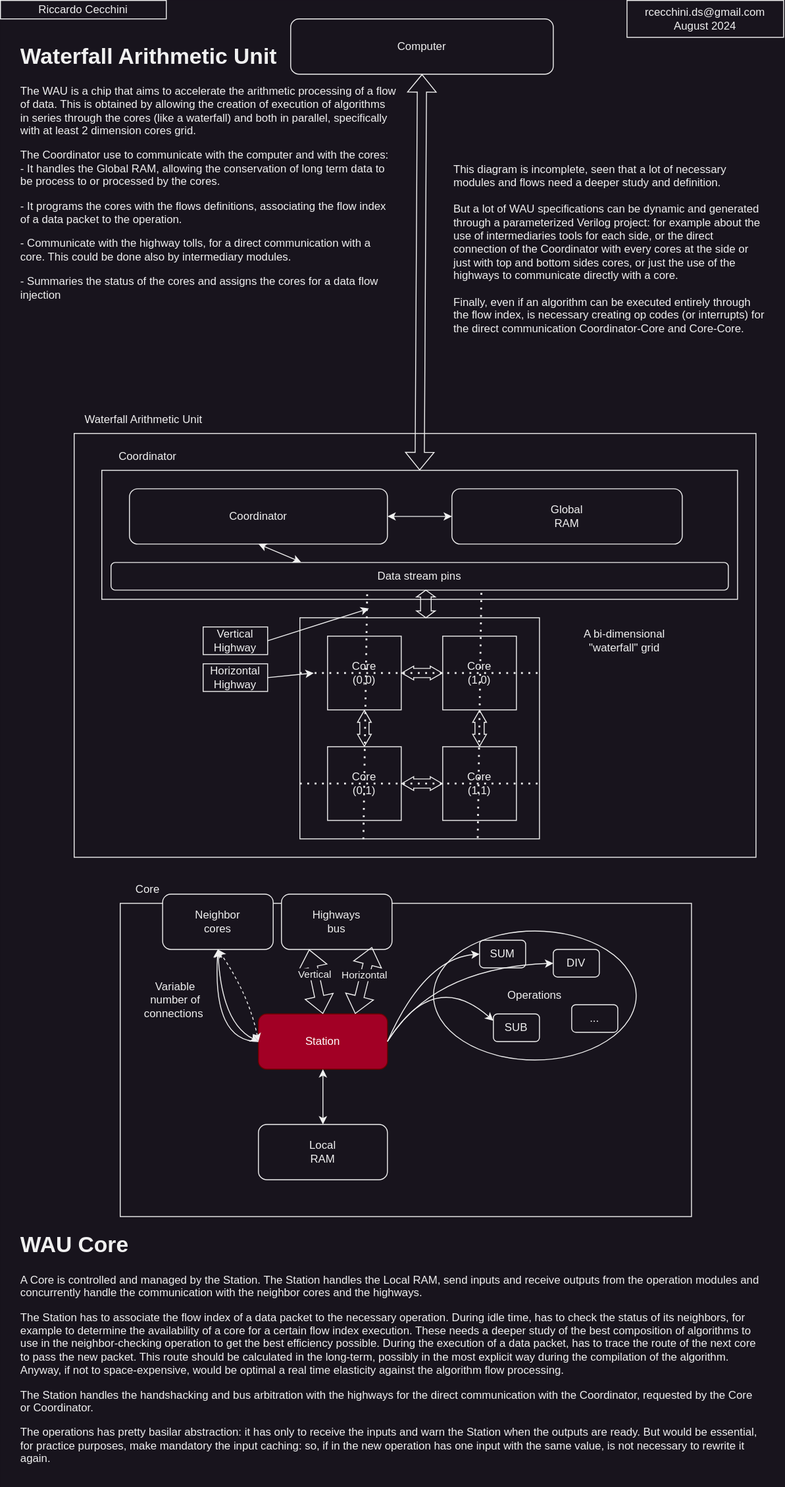
The draw.io diagram diagram.drawio.svg in cekkr/WaterfallArithmeticUnit-Proposal, before a commit. Source tidied: cells renumbered, new cells last; positions are measured from the earlier drawing's top-left corner, leaving out a move shared by most shapes.
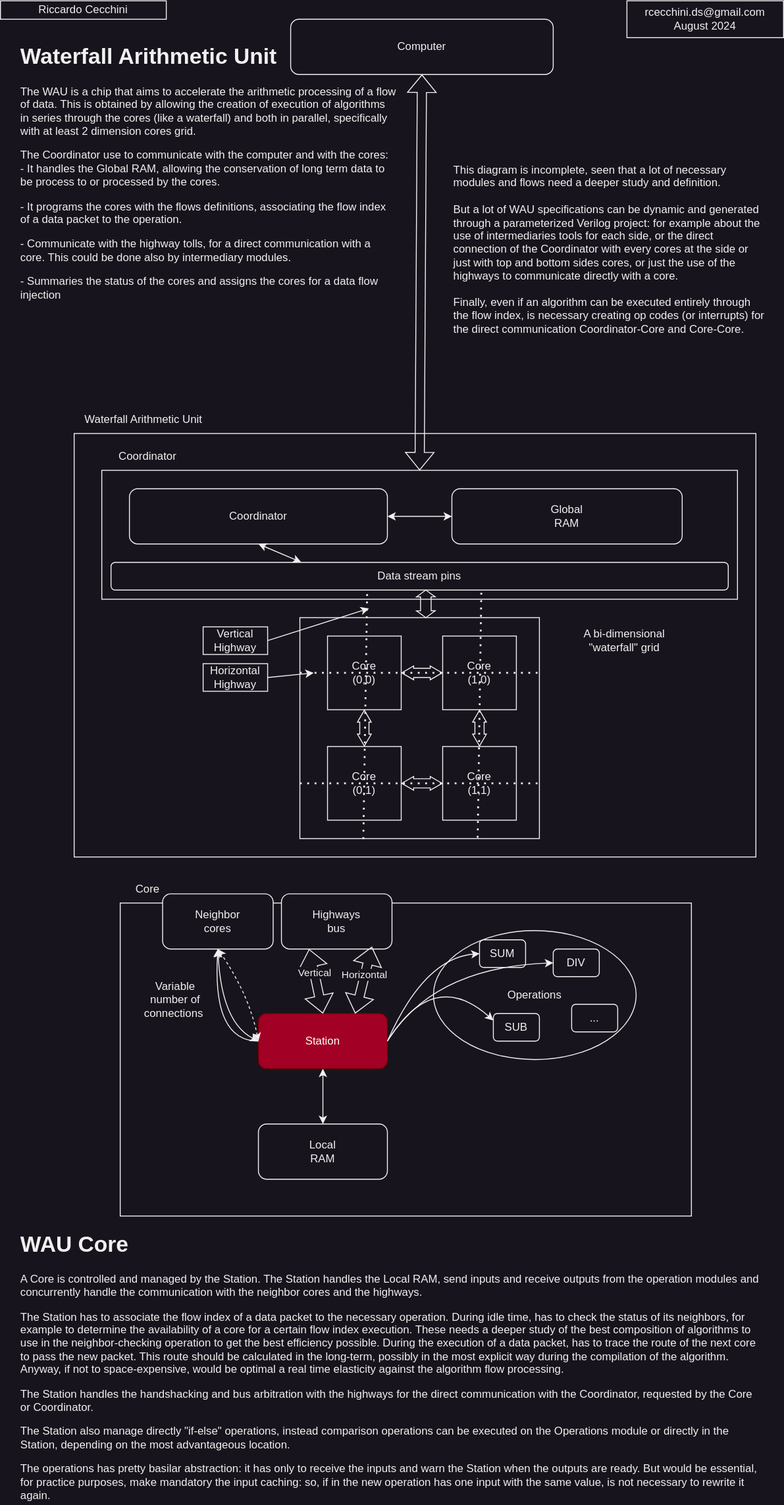
Above is the later version.

Commit message:
Core comparisons

Diff of the diagram source:
```diff
@@ -200,8 +200,8 @@
     <mxCell id="56" value="&lt;h1 style=&quot;margin-top: 0px;&quot;&gt;Waterfall Arithmetic Unit&lt;/h1&gt;&lt;p&gt;The WAU is a chip that aims to accelerate the arithmetic processing of a flow of data. This is obtained by allowing the creation of execution of algorithms in series through the cores (like a waterfall) and both in parallel, specifically with at least 2 dimension cores grid.&amp;nbsp;&lt;/p&gt;&lt;p&gt;The Coordinator use to communicate with the computer and with the cores:&amp;nbsp; - It handles the Global RAM, allowing the conservation of long term data to be process to or processed by the cores.&amp;nbsp;&lt;/p&gt;&lt;p&gt;- It programs the cores with the flows definitions, associating the flow index of a data packet to the operation.&amp;nbsp;&lt;/p&gt;&lt;p&gt;- Communicate with the highway tolls, for a direct communication with a core. This could be done also by intermediary modules.&lt;/p&gt;&lt;p&gt;- Summaries the status of the cores and assigns the cores for a data flow injection&lt;/p&gt;" style="text;html=1;whiteSpace=wrap;overflow=hidden;rounded=0;" parent="1" vertex="1">
       <mxGeometry x="20" y="40" width="410" height="390" as="geometry" />
     </mxCell>
-    <mxCell id="57" value="&lt;h1 style=&quot;margin-top: 0px;&quot;&gt;WAU Core&lt;/h1&gt;&lt;p&gt;A Core is controlled and managed by the Station. The Station handles the Local RAM, send inputs and receive outputs from the operation modules and concurrently handle the communication with the neighbor cores and the highways.&amp;nbsp;&lt;/p&gt;&lt;p&gt;The Station has to associate the flow index of a data packet to the necessary operation. During idle time, has to check the status of its neighbors, for example to determine the availability of a core for a certain flow index execution. These needs a deeper study of the best composition of algorithms to use in the neighbor-checking operation to get the best efficiency possible. During the execution of a data packet, has to trace the route of the next core to pass the new packet. This route should be calculated in the long-term, possibly in the most explicit way during the compilation of the algorithm. Anyway, if not to space-expensive, would be optimal a real time elasticity against the algorithm flow processing.&lt;/p&gt;&lt;p&gt;The Station handles the handshacking and&amp;nbsp;&lt;span style=&quot;background-color: initial;&quot;&gt;bus arbitration with the highways for the direct communication with the Coordinator, requested by the Core or Coordinator.&amp;nbsp;&lt;/span&gt;&lt;/p&gt;&lt;p&gt;The operations has pretty basilar abstraction: it has only to receive the inputs and warn the Station when the outputs are ready. But would be essential, for practice purposes, make mandatory the input caching: so, if in the new operation has one input with the same value, is not necessary to rewrite it again.&lt;/p&gt;" style="text;html=1;whiteSpace=wrap;overflow=hidden;rounded=0;" parent="1" vertex="1">
-      <mxGeometry x="20" y="1330" width="810" height="280" as="geometry" />
+    <mxCell id="57" value="&lt;h1 style=&quot;margin-top: 0px;&quot;&gt;WAU Core&lt;/h1&gt;&lt;p&gt;A Core is controlled and managed by the Station. The Station handles the Local RAM, send inputs and receive outputs from the operation modules and concurrently handle the communication with the neighbor cores and the highways.&amp;nbsp;&lt;/p&gt;&lt;p&gt;The Station has to associate the flow index of a data packet to the necessary operation. During idle time, has to check the status of its neighbors, for example to determine the availability of a core for a certain flow index execution. These needs a deeper study of the best composition of algorithms to use in the neighbor-checking operation to get the best efficiency possible. During the execution of a data packet, has to trace the route of the next core to pass the new packet. This route should be calculated in the long-term, possibly in the most explicit way during the compilation of the algorithm. Anyway, if not to space-expensive, would be optimal a real time elasticity against the algorithm flow processing.&lt;/p&gt;&lt;p&gt;The Station handles the handshacking and&amp;nbsp;&lt;span style=&quot;background-color: initial;&quot;&gt;bus arbitration with the highways for the direct communication with the Coordinator, requested by the Core or Coordinator.&amp;nbsp;&lt;/span&gt;&lt;/p&gt;&lt;p&gt;&lt;span style=&quot;background-color: initial;&quot;&gt;The Station also manage directly &quot;if-else&quot; operations, instead comparison operations can be executed on the Operations module or directly in the Station,&amp;nbsp;&lt;/span&gt;&lt;span style=&quot;background-color: initial;&quot;&gt;depending on the most advantageous location.&lt;/span&gt;&lt;/p&gt;&lt;p&gt;The operations has pretty basilar abstraction: it has only to receive the inputs and warn the Station when the outputs are ready. But would be essential, for practice purposes, make mandatory the input caching: so, if in the new operation has one input with the same value, is not necessary to rewrite it again.&lt;/p&gt;" style="text;html=1;whiteSpace=wrap;overflow=hidden;rounded=0;" parent="1" vertex="1">
+      <mxGeometry x="20" y="1330" width="810" height="300" as="geometry" />
     </mxCell>
     <mxCell id="58" value="This diagram is incomplete, seen that a lot of necessary modules and flows need a deeper study and definition.&amp;nbsp;&lt;div&gt;&lt;br&gt;&lt;/div&gt;&lt;div&gt;But a lot of WAU specifications can be dynamic and generated through a parameterized Verilog project: for example about the use of intermediaries tools for each side, or the direct connection of the Coordinator with every cores at the side or just with top and bottom sides cores, or just the use of the highways to communicate directly with a core.&lt;/div&gt;&lt;div&gt;&lt;br&gt;&lt;/div&gt;&lt;div&gt;Finally, even if an algorithm can be executed entirely through the flow index, is necessary creating op codes (or interrupts) for the direct communication Coordinator-Core and Core-Core.&lt;/div&gt;" style="text;html=1;align=left;verticalAlign=middle;whiteSpace=wrap;rounded=0;" parent="1" vertex="1">
       <mxGeometry x="490" y="90" width="340" height="360" as="geometry" />
```
